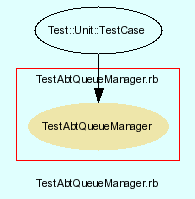
Earlier version of the Graphviz export src/trunk/doc/dot/f_14.png (eschabell/abtlinux). Its source is kept beside it as src/trunk/doc/dot/f_14.dot.
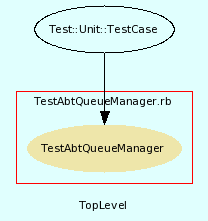
Later version of the same file.

The edit, as a diff of the source:
```diff
@@ -3,7 +3,7 @@
     bgcolor = lightcyan1
     fontname = Arial
     fontsize = 8
-    label = "TestAbtQueueManager.rb"
+    label = "TopLevel"
     node [
         fontname = Arial,
         fontsize = 8,
```
